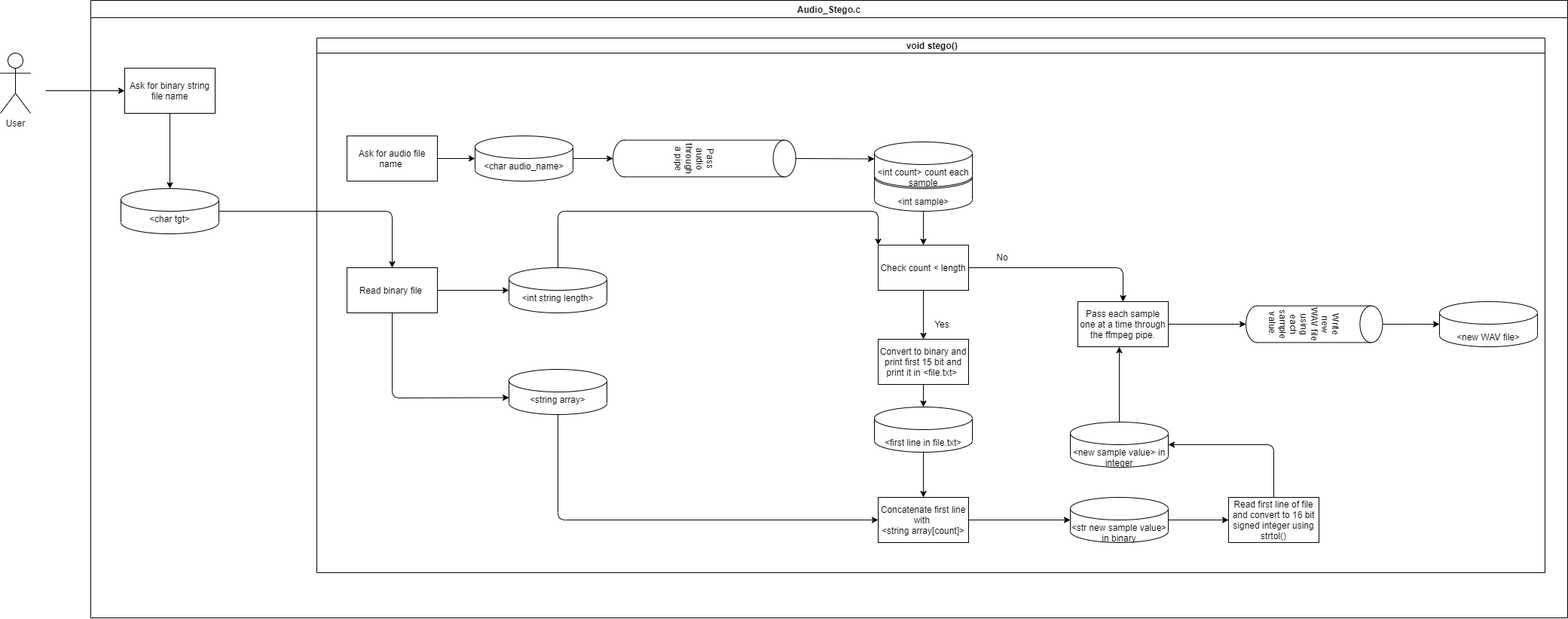
Above: lowlevel.png in PalakMittal/AudioStego (draw.io), before the change. Source tidied: cells renumbered, new cells last; positions are measured from the earlier drawing's top-left corner, leaving out a move shared by most shapes.
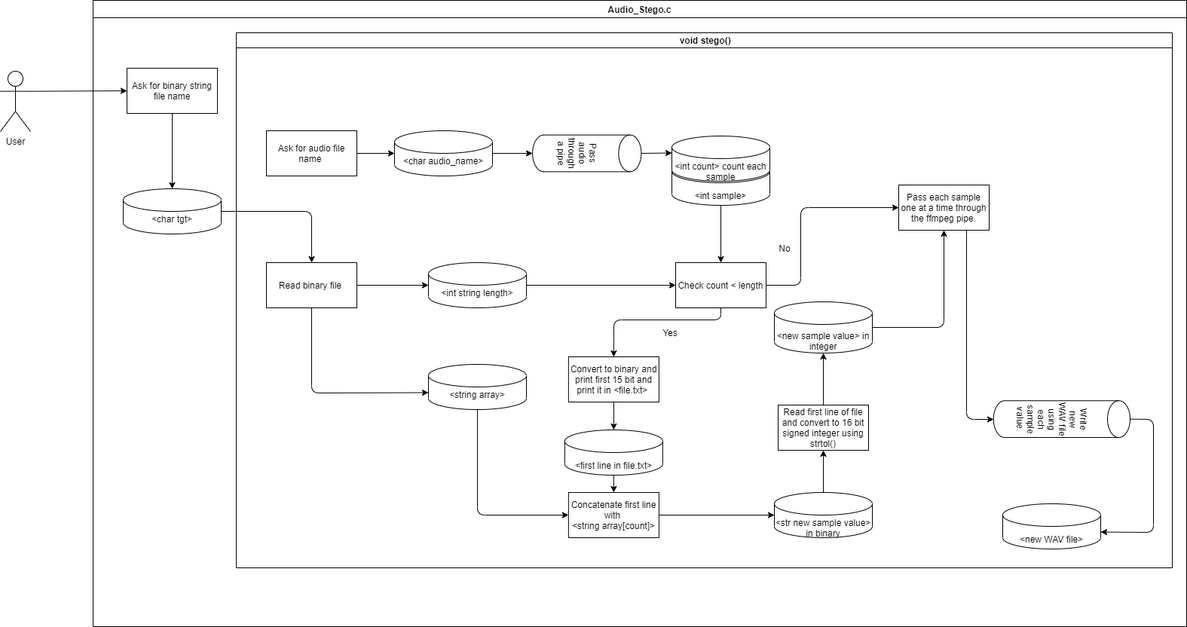
Later version of the same file.

Diff of the diagram source:
```diff
@@ -3,13 +3,13 @@
     <mxCell id="0" />
     <mxCell id="1" parent="0" />
     <mxCell id="2" value="User" style="shape=umlActor;verticalLabelPosition=bottom;verticalAlign=top;html=1;outlineConnect=0;" parent="1" vertex="1">
-      <mxGeometry y="70" width="40" height="80" as="geometry" />
+      <mxGeometry x="-3" y="8" width="40" height="80" as="geometry" />
     </mxCell>
     <mxCell id="3" value="Audio_Stego.c" style="swimlane;" parent="1" vertex="1">
-      <mxGeometry x="120" width="1960" height="820" as="geometry" />
+      <mxGeometry x="120" y="-86" width="1451" height="831" as="geometry" />
     </mxCell>
     <mxCell id="4" value=" void stego()" style="swimlane;startSize=20;" parent="3" vertex="1">
-      <mxGeometry x="300" y="50" width="1630" height="710" as="geometry" />
+      <mxGeometry x="190" y="43" width="1242" height="710" as="geometry" />
     </mxCell>
     <mxCell id="5" value="Ask for audio file name&amp;nbsp;" style="rounded=0;whiteSpace=wrap;html=1;" parent="4" vertex="1">
       <mxGeometry x="40" y="130" width="120" height="60" as="geometry" />
@@ -40,48 +40,42 @@
       </mxGeometry>
     </mxCell>
     <mxCell id="13" value="Pass audio through a pipe" style="shape=cylinder3;whiteSpace=wrap;html=1;boundedLbl=1;backgroundOutline=1;size=15;rotation=90;" parent="4" vertex="1">
-      <mxGeometry x="490" y="38.8" width="48.8" height="242.5" as="geometry" />
+      <mxGeometry x="440.9" y="87.9" width="48.8" height="144.2" as="geometry" />
     </mxCell>
     <mxCell id="14" style="endArrow=classic;html=1;exitX=1;exitY=0.5;exitDx=0;exitDy=0;exitPerimeter=0;entryX=0.5;entryY=1;entryDx=0;entryDy=0;entryPerimeter=0;" parent="4" edge="1" source="6" target="13">
       <mxGeometry relative="1" as="geometry" />
     </mxCell>
     <mxCell id="15" value="&lt;br&gt;&amp;lt;int sample&amp;gt;" style="shape=cylinder3;whiteSpace=wrap;html=1;boundedLbl=1;backgroundOutline=1;size=15;" parent="4" vertex="1">
-      <mxGeometry x="740" y="170" width="130" height="60" as="geometry" />
+      <mxGeometry x="578" y="169" width="130" height="60" as="geometry" />
     </mxCell>
     <mxCell id="16" value="Check count &amp;lt; length" style="rounded=0;whiteSpace=wrap;html=1;" parent="4" vertex="1">
-      <mxGeometry x="745" y="275" width="120" height="60" as="geometry" />
+      <mxGeometry x="583" y="305" width="120" height="60" as="geometry" />
     </mxCell>
     <mxCell id="17" style="endArrow=classic;html=1;exitX=0.5;exitY=1;exitDx=0;exitDy=0;exitPerimeter=0;" parent="4" edge="1" source="15" target="16">
       <mxGeometry relative="1" as="geometry" />
     </mxCell>
     <mxCell id="18" value="&lt;br&gt;&amp;lt;int count&amp;gt; count each sample" style="shape=cylinder3;whiteSpace=wrap;html=1;boundedLbl=1;backgroundOutline=1;size=15;" parent="4" vertex="1">
-      <mxGeometry x="740" y="138" width="130" height="60" as="geometry" />
+      <mxGeometry x="578" y="137" width="130" height="60" as="geometry" />
     </mxCell>
     <mxCell id="19" style="endArrow=classic;html=1;exitX=0.5;exitY=0;exitDx=0;exitDy=0;exitPerimeter=0;entryX=0;entryY=0;entryDx=0;entryDy=22.5;entryPerimeter=0;" parent="4" edge="1" source="13" target="18">
       <mxGeometry relative="1" as="geometry" />
     </mxCell>
     <mxCell id="20" value="Yes" style="text;html=1;strokeColor=none;fillColor=none;align=center;verticalAlign=middle;whiteSpace=wrap;rounded=0;" parent="4" vertex="1">
-      <mxGeometry x="810" y="370" width="40" height="20" as="geometry" />
+      <mxGeometry x="556" y="388" width="40" height="20" as="geometry" />
     </mxCell>
     <mxCell id="21" value="Convert to binary and print first 15 bit and print it in &amp;lt;file.txt&amp;gt;&amp;nbsp;" style="rounded=0;whiteSpace=wrap;html=1;" parent="4" vertex="1">
-      <mxGeometry x="745" y="400" width="120" height="60" as="geometry" />
+      <mxGeometry x="440.9" y="430" width="120" height="60" as="geometry" />
     </mxCell>
-    <mxCell id="22" style="endArrow=classic;html=1;exitX=0.5;exitY=0;exitDx=0;exitDy=0;exitPerimeter=0;entryX=0;entryY=0;entryDx=0;entryDy=0;" parent="4" edge="1" source="9" target="16">
-      <mxGeometry relative="1" as="geometry">
-        <Array as="points">
-          <mxPoint x="320" y="230" />
-          <mxPoint x="745" y="230" />
-        </Array>
-      </mxGeometry>
-    </mxCell>
     <mxCell id="23" value="&lt;br&gt;&amp;lt;first line in file.txt&amp;gt;" style="shape=cylinder3;whiteSpace=wrap;html=1;boundedLbl=1;backgroundOutline=1;size=15;" parent="4" vertex="1">
-      <mxGeometry x="740" y="490" width="130" height="60" as="geometry" />
+      <mxGeometry x="435.9" y="527" width="130" height="60" as="geometry" />
     </mxCell>
-    <mxCell id="24" style="endArrow=classic;html=1;exitX=0.5;exitY=1;exitDx=0;exitDy=0;entryX=0.5;entryY=0;entryDx=0;entryDy=0;entryPerimeter=0;" parent="4" edge="1" source="21" target="23">
-      <mxGeometry relative="1" as="geometry" />
+    <mxCell id="24" style="endArrow=classic;html=1;entryX=0.5;entryY=0;entryDx=0;entryDy=0;entryPerimeter=0;" parent="4" edge="1" target="23">
+      <mxGeometry relative="1" as="geometry">
+        <mxPoint x="501" y="490" as="sourcePoint" />
+      </mxGeometry>
     </mxCell>
     <mxCell id="25" value="Concatenate first line with&amp;nbsp;&lt;br&gt;&amp;lt;string array[count]&amp;gt;" style="rounded=0;whiteSpace=wrap;html=1;" parent="4" vertex="1">
-      <mxGeometry x="745" y="610" width="120" height="60" as="geometry" />
+      <mxGeometry x="440.9" y="610" width="120" height="60" as="geometry" />
     </mxCell>
     <mxCell id="26" style="endArrow=classic;html=1;exitX=0.5;exitY=1;exitDx=0;exitDy=0;exitPerimeter=0;entryX=0;entryY=0.5;entryDx=0;entryDy=0;" parent="4" edge="1" source="11" target="25">
       <mxGeometry relative="1" as="geometry">
@@ -91,54 +85,81 @@
       </mxGeometry>
     </mxCell>
     <mxCell id="27" value="No" style="text;html=1;strokeColor=none;fillColor=none;align=center;verticalAlign=middle;whiteSpace=wrap;rounded=0;" parent="4" vertex="1">
-      <mxGeometry x="890" y="281.2" width="40" height="20" as="geometry" />
+      <mxGeometry x="708" y="276" width="40" height="20" as="geometry" />
     </mxCell>
     <mxCell id="28" style="endArrow=classic;html=1;exitX=0.5;exitY=1;exitDx=0;exitDy=0;exitPerimeter=0;entryX=0.5;entryY=0;entryDx=0;entryDy=0;" parent="4" edge="1" source="23" target="25">
       <mxGeometry relative="1" as="geometry" />
     </mxCell>
     <mxCell id="29" value="&lt;br&gt;&amp;lt;str new sample value&amp;gt;&lt;br&gt;in binary" style="shape=cylinder3;whiteSpace=wrap;html=1;boundedLbl=1;backgroundOutline=1;size=15;" parent="4" vertex="1">
-      <mxGeometry x="1000" y="610" width="130" height="60" as="geometry" />
+      <mxGeometry x="714" y="610" width="130" height="60" as="geometry" />
     </mxCell>
     <mxCell id="30" style="endArrow=classic;html=1;exitX=1;exitY=0.5;exitDx=0;exitDy=0;entryX=0;entryY=0.5;entryDx=0;entryDy=0;entryPerimeter=0;" parent="4" edge="1" source="25" target="29">
       <mxGeometry relative="1" as="geometry" />
     </mxCell>
     <mxCell id="31" value="Read first line of file and convert to 16 bit signed integer using strtol()" style="rounded=0;whiteSpace=wrap;html=1;" parent="4" vertex="1">
-      <mxGeometry x="1210" y="610" width="120" height="60" as="geometry" />
+      <mxGeometry x="719" y="494" width="120" height="60" as="geometry" />
     </mxCell>
-    <mxCell id="32" style="endArrow=classic;html=1;exitX=1;exitY=0.5;exitDx=0;exitDy=0;exitPerimeter=0;entryX=0;entryY=0.5;entryDx=0;entryDy=0;" parent="4" edge="1" source="29" target="31">
+    <mxCell id="32" style="endArrow=classic;html=1;exitX=0.5;exitY=0;exitDx=0;exitDy=0;exitPerimeter=0;entryX=0.5;entryY=1;entryDx=0;entryDy=0;" parent="4" edge="1" source="29" target="31">
       <mxGeometry relative="1" as="geometry" />
     </mxCell>
     <mxCell id="33" value="&lt;br&gt;&amp;lt;new sample value&amp;gt; in integer" style="shape=cylinder3;whiteSpace=wrap;html=1;boundedLbl=1;backgroundOutline=1;size=15;" parent="4" vertex="1">
-      <mxGeometry x="1000" y="510" width="130" height="60" as="geometry" />
+      <mxGeometry x="714" y="357" width="130" height="68" as="geometry" />
     </mxCell>
-    <mxCell id="34" style="endArrow=classic;html=1;exitX=0.5;exitY=0;exitDx=0;exitDy=0;entryX=1;entryY=0.5;entryDx=0;entryDy=0;entryPerimeter=0;" parent="4" edge="1" source="31" target="33">
-      <mxGeometry relative="1" as="geometry">
-        <Array as="points">
-          <mxPoint x="1270" y="540" />
-        </Array>
-      </mxGeometry>
-    </mxCell>
     <mxCell id="35" value="Pass each sample one at a time through the ffmpeg pipe." style="rounded=0;whiteSpace=wrap;html=1;" parent="4" vertex="1">
-      <mxGeometry x="1010" y="350" width="120" height="60" as="geometry" />
+      <mxGeometry x="879" y="202" width="120" height="60" as="geometry" />
     </mxCell>
-    <mxCell id="36" style="endArrow=classic;html=1;exitX=1;exitY=0.5;exitDx=0;exitDy=0;entryX=0.5;entryY=0;entryDx=0;entryDy=0;" parent="4" edge="1" source="16" target="35">
-      <mxGeometry relative="1" as="geometry">
-        <Array as="points">
-          <mxPoint x="1070" y="305" />
-        </Array>
-      </mxGeometry>
-    </mxCell>
     <mxCell id="37" value="Write new WAV file using each sample value." style="shape=cylinder3;whiteSpace=wrap;html=1;boundedLbl=1;backgroundOutline=1;size=15;rotation=90;" parent="4" vertex="1">
-      <mxGeometry x="1299.4" y="289.4" width="48.8" height="181.2" as="geometry" />
+      <mxGeometry x="1071" y="422" width="48.8" height="181.2" as="geometry" />
     </mxCell>
-    <mxCell id="38" style="endArrow=classic;html=1;exitX=1;exitY=0.5;exitDx=0;exitDy=0;entryX=0.5;entryY=1;entryDx=0;entryDy=0;entryPerimeter=0;" parent="4" edge="1" target="37">
+    <mxCell id="38" style="endArrow=classic;html=1;exitX=0.75;exitY=1;exitDx=0;exitDy=0;" parent="4" edge="1" source="35">
       <mxGeometry relative="1" as="geometry">
-        <mxPoint x="1130" y="380" as="sourcePoint" />
+        <mxPoint x="1005" y="513" as="targetPoint" />
+        <Array as="points">
+          <mxPoint x="969" y="513" />
+        </Array>
       </mxGeometry>
     </mxCell>
     <mxCell id="39" value="&lt;br&gt;&amp;lt;new WAV file&amp;gt;" style="shape=cylinder3;whiteSpace=wrap;html=1;boundedLbl=1;backgroundOutline=1;size=15;" parent="4" vertex="1">
-      <mxGeometry x="1490" y="350" width="130" height="60" as="geometry" />
+      <mxGeometry x="1017" y="625" width="130" height="60" as="geometry" />
     </mxCell>
+    <mxCell id="22" style="endArrow=classic;html=1;exitX=1;exitY=0.5;exitDx=0;exitDy=0;exitPerimeter=0;entryX=0;entryY=0.5;entryDx=0;entryDy=0;" parent="4" edge="1" source="9" target="16">
+      <mxGeometry relative="1" as="geometry" />
+    </mxCell>
+    <mxCell id="44" style="endArrow=classic;html=1;entryX=0.5;entryY=0;entryDx=0;entryDy=0;" parent="4" edge="1" target="21">
+      <mxGeometry relative="1" as="geometry">
+        <mxPoint x="643" y="365" as="sourcePoint" />
+        <Array as="points">
+          <mxPoint x="643" y="381" />
+          <mxPoint x="501" y="381" />
+        </Array>
+      </mxGeometry>
+    </mxCell>
+    <mxCell id="45" style="endArrow=classic;html=1;exitX=1;exitY=0.5;exitDx=0;exitDy=0;exitPerimeter=0;entryX=0.5;entryY=1;entryDx=0;entryDy=0;" parent="4" edge="1" source="33" target="35">
+      <mxGeometry relative="1" as="geometry">
+        <Array as="points">
+          <mxPoint x="939" y="391" />
+        </Array>
+      </mxGeometry>
+    </mxCell>
+    <mxCell id="34" style="endArrow=classic;html=1;exitX=0.5;exitY=0;exitDx=0;exitDy=0;entryX=0.5;entryY=1;entryDx=0;entryDy=0;entryPerimeter=0;" parent="4" edge="1" source="31" target="33">
+      <mxGeometry relative="1" as="geometry" />
+    </mxCell>
+    <mxCell id="47" style="endArrow=classic;html=1;exitX=0.5;exitY=0;exitDx=0;exitDy=0;exitPerimeter=0;entryX=1;entryY=0;entryDx=0;entryDy=37.5;entryPerimeter=0;" parent="4" edge="1" source="37" target="39">
+      <mxGeometry relative="1" as="geometry">
+        <Array as="points">
+          <mxPoint x="1217" y="513" />
+          <mxPoint x="1217" y="663" />
+        </Array>
+      </mxGeometry>
+    </mxCell>
+    <mxCell id="36" style="endArrow=classic;html=1;exitX=1;exitY=0.5;exitDx=0;exitDy=0;entryX=0;entryY=0.5;entryDx=0;entryDy=0;" parent="4" edge="1" source="16" target="35">
+      <mxGeometry relative="1" as="geometry">
+        <Array as="points">
+          <mxPoint x="749" y="335" />
+          <mxPoint x="749" y="232" />
+        </Array>
+      </mxGeometry>
+    </mxCell>
     <mxCell id="40" value="Ask for binary string file name" style="rounded=0;whiteSpace=wrap;html=1;" parent="3" vertex="1">
       <mxGeometry x="45" y="90" width="120" height="60" as="geometry" />
     </mxCell>
@@ -151,29 +172,12 @@
     <mxCell id="43" style="endArrow=classic;html=1;exitX=1;exitY=0.5;exitDx=0;exitDy=0;exitPerimeter=0;entryX=0.5;entryY=0;entryDx=0;entryDy=0;" parent="3" edge="1" source="41" target="8">
       <mxGeometry relative="1" as="geometry">
         <Array as="points">
-          <mxPoint x="400" y="280" />
+          <mxPoint x="290" y="280" />
         </Array>
       </mxGeometry>
     </mxCell>
-    <mxCell id="44" style="endArrow=classic;html=1;exitX=0.5;exitY=1;exitDx=0;exitDy=0;" parent="1" edge="1" source="16">
-      <mxGeometry relative="1" as="geometry">
-        <mxPoint x="1225" y="450" as="targetPoint" />
-      </mxGeometry>
-    </mxCell>
-    <mxCell id="45" style="endArrow=classic;html=1;exitX=0.5;exitY=0;exitDx=0;exitDy=0;exitPerimeter=0;" parent="1" edge="1" source="33">
-      <mxGeometry relative="1" as="geometry">
-        <mxPoint x="1485" y="460" as="targetPoint" />
-      </mxGeometry>
-    </mxCell>
-    <mxCell id="46" style="endArrow=classic;html=1;entryX=0;entryY=0.5;entryDx=0;entryDy=0;" parent="1" edge="1" target="40">
-      <mxGeometry relative="1" as="geometry">
-        <mxPoint x="60" y="120" as="sourcePoint" />
-      </mxGeometry>
+    <mxCell id="46" style="endArrow=classic;html=1;entryX=0;entryY=0.5;entryDx=0;entryDy=0;exitX=1;exitY=0.3333333333333333;exitDx=0;exitDy=0;exitPerimeter=0;" parent="1" edge="1" source="2" target="40">
+      <mxGeometry relative="1" as="geometry" />
     </mxCell>
-    <mxCell id="47" style="endArrow=classic;html=1;exitX=0.5;exitY=0;exitDx=0;exitDy=0;exitPerimeter=0;" parent="1" edge="1" source="37">
-      <mxGeometry relative="1" as="geometry">
-        <mxPoint x="1910" y="430" as="targetPoint" />
-      </mxGeometry>
-    </mxCell>
   </root>
 </mxGraphModel>
```
